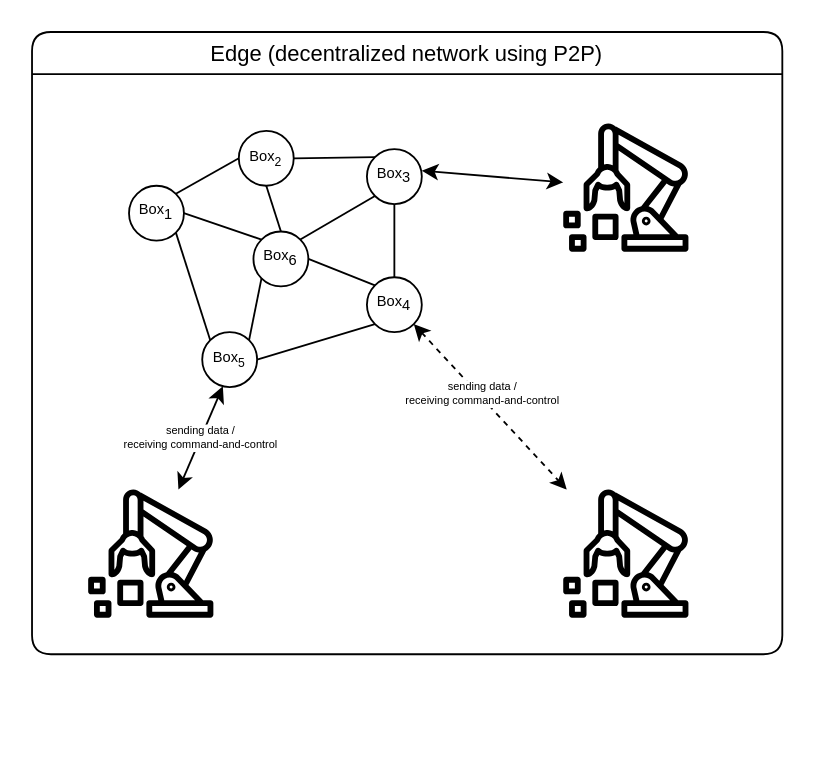
The draw.io diagram page "E2: Systemarchitektur" (7 of 8) of Untitled Diagram.drawio in JJJS777/Praxisprojekt2022, before the edit. Source tidied: cells renumbered, new cells numbered last; positions are measured from the earlier drawing's top-left corner, leaving out a move shared by most shapes. Both pictures are drawn from the tidied source at 183%, with x=0, y=0 at pixel (31, 31).
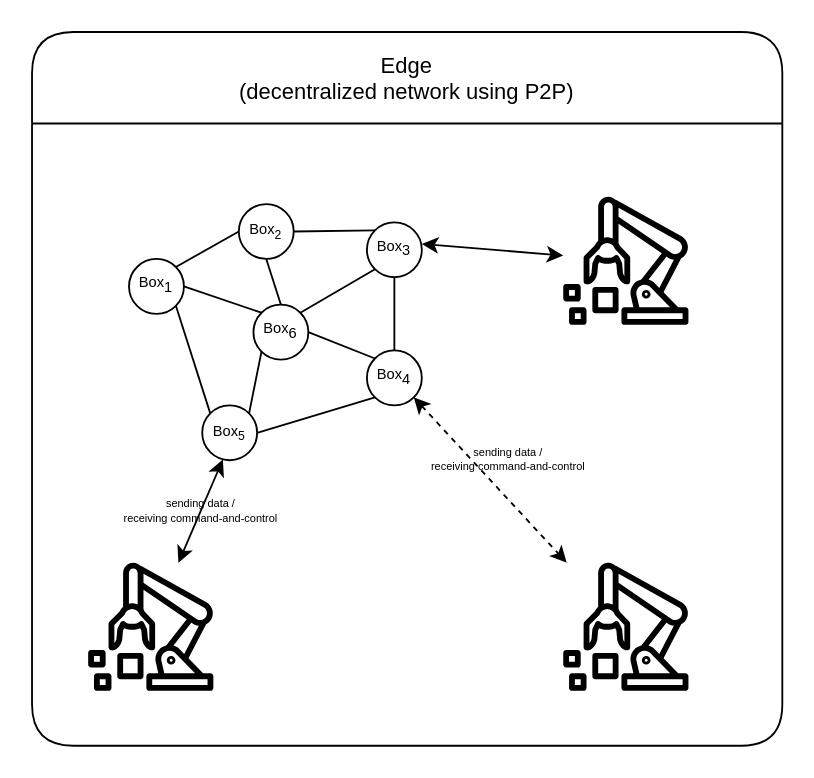
Above is the later version.

Unchanged cells that the change refers to:
```xml
<mxCell id="4" style="edgeStyle=none;rounded=0;jettySize=auto;html=1;exitX=1;exitY=1;exitDx=0;exitDy=0;fontSize=8;endArrow=classic;endFill=1;dashed=1;startArrow=classic;startFill=1;" parent="2" edge="1" source="14" target="8">
  <mxGeometry relative="1" as="geometry" />
</mxCell>
<mxCell id="16" value="Box&lt;sub&gt;5&lt;/sub&gt;" style="ellipse;whiteSpace=wrap;html=1;fontSize=8;fillColor=none;strokeColor=#000000;" parent="10" vertex="1">
  <mxGeometry x="40" y="110" width="30" height="30" as="geometry" />
</mxCell>
```

What changed in the source:
```diff
@@
-    <mxCell id="2" value="Edge (decentralized network using P2P)" style="swimlane;fillColor=none;strokeColor=#000000;rounded=1;fontStyle=0;" parent="1" vertex="1">
-      <mxGeometry width="410" height="340" as="geometry" />
+    <mxCell id="2" value="Edge &#10;(decentralized network using P2P)" style="swimlane;fillColor=none;strokeColor=#000000;rounded=1;fontStyle=0;startSize=50;" parent="1" vertex="1">
+      <mxGeometry width="410" height="390" as="geometry" />
     </mxCell>
@@
-    <mxCell id="5" value="&lt;div style=&quot;font-size: 6px;&quot;&gt;sending data / &lt;br style=&quot;font-size: 6px;&quot;&gt;&lt;/div&gt;&lt;div style=&quot;font-size: 6px;&quot;&gt;receiving command-and-control &lt;/div&gt;" style="edgeLabel;html=1;align=center;verticalAlign=middle;fontSize=6;" parent="4" vertex="1">
-      <mxGeometry x="-0.14" y="1" relative="1" as="geometry" />
+    <mxCell id="5" value="&lt;div style=&quot;font-size: 6px;&quot;&gt;sending data / &lt;br style=&quot;font-size: 6px;&quot;&gt;&lt;/div&gt;&lt;div style=&quot;font-size: 6px;&quot;&gt;receiving command-and-control &lt;/div&gt;" style="edgeLabel;html=1;align=center;verticalAlign=middle;fontSize=6;labelBackgroundColor=none;" parent="4" vertex="1">
+      <mxGeometry x="-0.14" y="1" relative="1" as="geometry">
+        <mxPoint x="14" y="-4" as="offset" />
+      </mxGeometry>
     </mxCell>
-    <mxCell id="6" value="&lt;div style=&quot;font-size: 6px;&quot;&gt;&lt;font style=&quot;font-size: 6px;&quot;&gt;sending data / &lt;br&gt;&lt;/font&gt;&lt;/div&gt;&lt;div style=&quot;font-size: 6px;&quot;&gt;&lt;font style=&quot;font-size: 6px;&quot;&gt;receiving command-and-control &lt;/font&gt;&lt;/div&gt;" style="edgeStyle=none;rounded=0;jettySize=auto;html=1;exitX=0.376;exitY=0.987;exitDx=0;exitDy=0;fontSize=8;endArrow=classic;endFill=1;exitPerimeter=0;startArrow=classic;startFill=1;" parent="2" edge="1" source="16" target="7">
+    <mxCell id="6" value="&lt;div style=&quot;font-size: 6px;&quot;&gt;&lt;font style=&quot;font-size: 6px;&quot;&gt;sending data / &lt;br&gt;&lt;/font&gt;&lt;/div&gt;&lt;div style=&quot;font-size: 6px;&quot;&gt;&lt;font style=&quot;font-size: 6px;&quot;&gt;receiving command-and-control &lt;/font&gt;&lt;/div&gt;" style="edgeStyle=none;rounded=0;jettySize=auto;html=1;exitX=0.376;exitY=0.987;exitDx=0;exitDy=0;fontSize=8;endArrow=classic;endFill=1;exitPerimeter=0;startArrow=classic;startFill=1;labelBackgroundColor=none;" parent="2" edge="1" source="16" target="7">
       <mxGeometry relative="1" as="geometry" />
     </mxCell>
     <mxCell id="7" style="sketch=0;outlineConnect=0;fontColor=#232F3E;gradientColor=none;fillColor=#000000;strokeColor=default;dashed=0;verticalLabelPosition=bottom;verticalAlign=top;align=center;html=1;fontSize=12;fontStyle=0;shape=mxgraph.aws4.iot_sitewise_asset;strokeWidth=0;" parent="2" vertex="1">
-      <mxGeometry x="30.4" y="250" width="69.1" height="70" as="geometry" />
+      <mxGeometry x="30.4" y="290" width="69.1" height="70" as="geometry" />
     </mxCell>
     <mxCell id="8" style="sketch=0;outlineConnect=0;fontColor=#232F3E;gradientColor=none;fillColor=#000000;strokeColor=default;dashed=0;verticalLabelPosition=bottom;verticalAlign=top;align=center;html=1;fontSize=12;fontStyle=0;shape=mxgraph.aws4.iot_sitewise_asset;strokeWidth=0;" parent="2" vertex="1">
-      <mxGeometry x="290" y="250" width="69.1" height="70" as="geometry" />
+      <mxGeometry x="290" y="290" width="69.1" height="70" as="geometry" />
     </mxCell>
     <mxCell id="9" style="sketch=0;outlineConnect=0;fontColor=#232F3E;gradientColor=none;fillColor=#000000;strokeColor=default;dashed=0;verticalLabelPosition=bottom;verticalAlign=top;align=center;html=1;fontSize=12;fontStyle=0;shape=mxgraph.aws4.iot_sitewise_asset;strokeWidth=0;" parent="2" vertex="1">
-      <mxGeometry x="290" y="50" width="69.1" height="70" as="geometry" />
+      <mxGeometry x="290" y="90" width="69.1" height="70" as="geometry" />
     </mxCell>
     <mxCell id="10" style="group;" parent="2" vertex="1">
-      <mxGeometry x="53" y="54" width="160" height="140" as="geometry" />
+      <mxGeometry x="53" y="94" width="160" height="140" as="geometry" />
     </mxCell>
```
